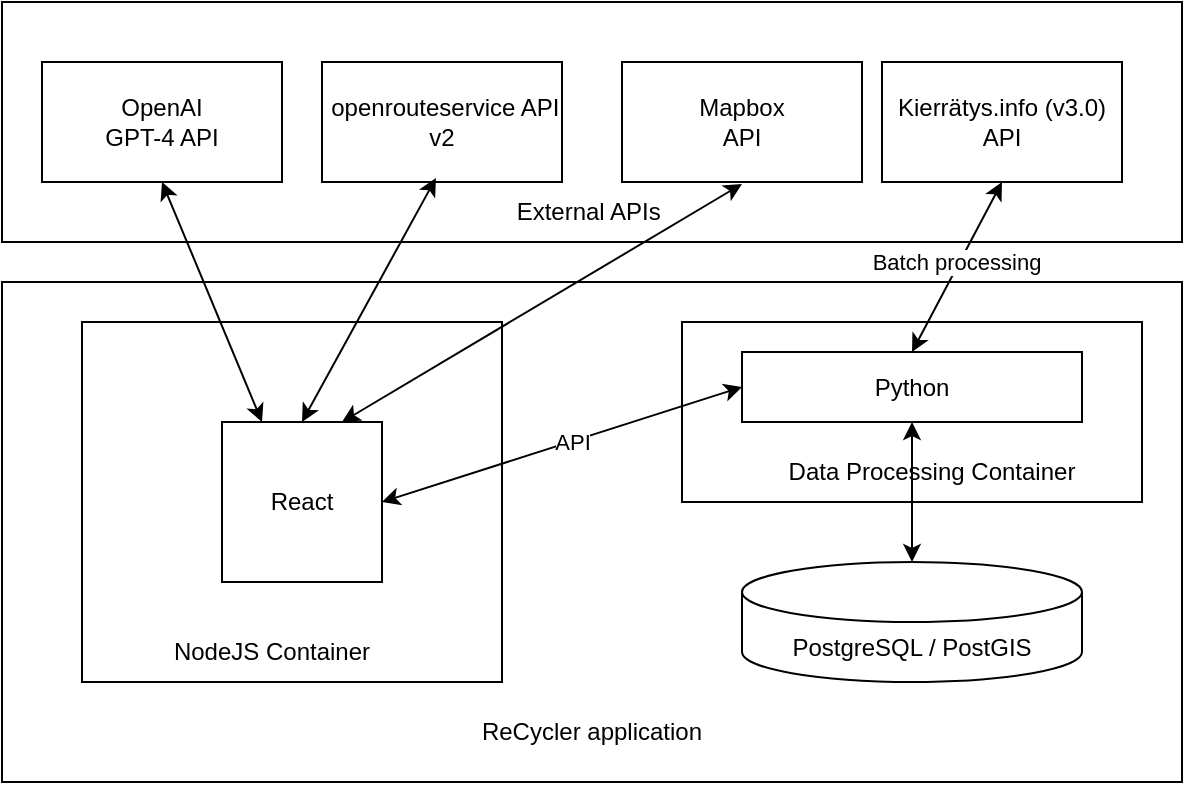
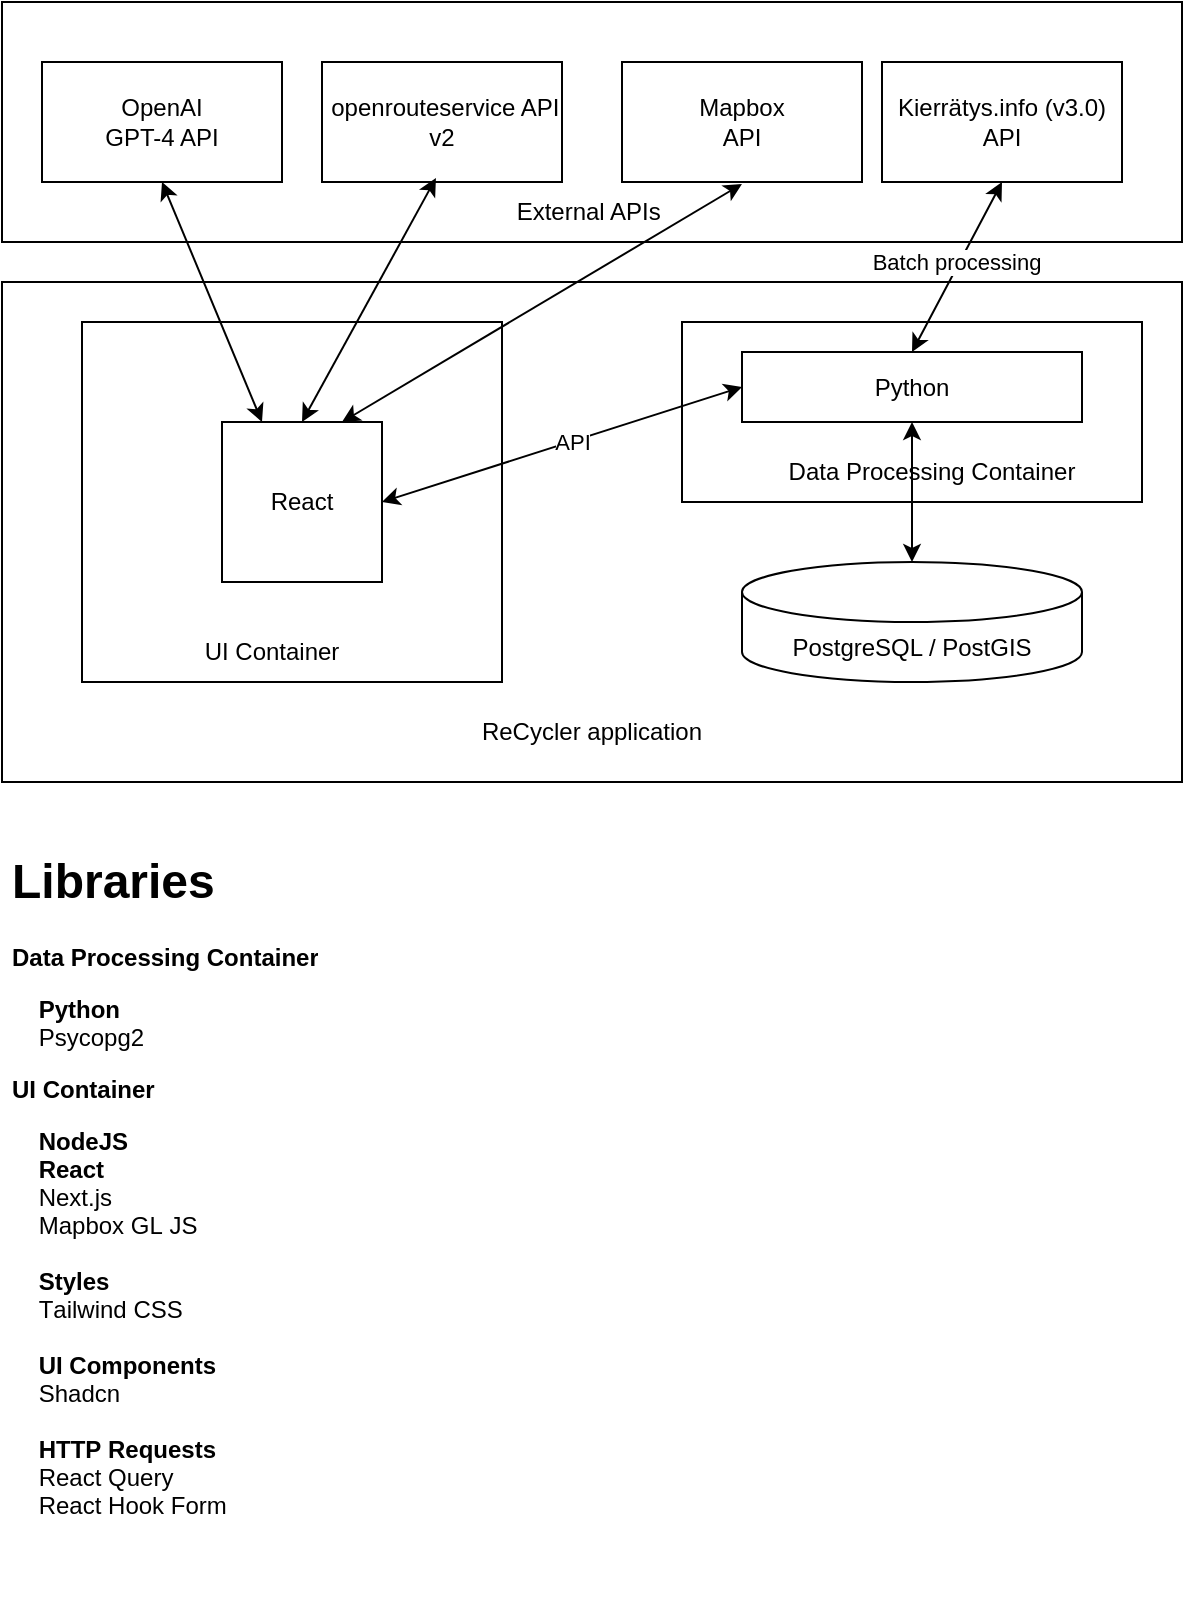
- <mxfile host="app.diagrams.net" modified="2023-12-21T11:55:36.063Z" agent="Mozilla/5.0 (Macintosh; Intel Mac OS X 10_15_7) AppleWebKit/605.1.15 (KHTML, like Gecko) Version/17.1 Safari/605.1.15" etag="dXdIBTpQNftj17Xb44q2" version="22.1.11" type="github">
+ <mxfile host="app.diagrams.net" modified="2024-01-02T09:52:56.962Z" agent="Mozilla/5.0 (Macintosh; Intel Mac OS X 10_15_7) AppleWebKit/605.1.15 (KHTML, like Gecko) Version/17.1 Safari/605.1.15" etag="1iCE89DZ1D-8ZxHBk8d4" version="22.1.16" type="github">
  <diagram name="High-level architecture" id="9zcz33UXx225ZlQHVHOC">
-     <mxGraphModel dx="930" dy="611" grid="1" gridSize="10" guides="1" tooltips="1" connect="1" arrows="1" fold="1" page="1" pageScale="1" pageWidth="827" pageHeight="1169" math="0" shadow="0">
+     <mxGraphModel dx="1930" dy="1019" grid="1" gridSize="10" guides="1" tooltips="1" connect="1" arrows="1" fold="1" page="1" pageScale="1" pageWidth="827" pageHeight="1169" math="0" shadow="0">
      <root>
        <mxCell id="0" />
        <mxCell id="1" parent="0" />
-         <mxCell id="fm4_85k55z0bOuFMnIiU-6" value="" style="rounded=0;whiteSpace=wrap;html=1;align=center;" vertex="1" parent="1">
+         <mxCell id="fm4_85k55z0bOuFMnIiU-6" value="" style="rounded=0;whiteSpace=wrap;html=1;align=center;" parent="1" vertex="1">
          <mxGeometry x="130" y="260" width="590" height="250" as="geometry" />
        </mxCell>
-         <mxCell id="fm4_85k55z0bOuFMnIiU-30" value="" style="rounded=0;whiteSpace=wrap;html=1;" vertex="1" parent="1">
+         <mxCell id="fm4_85k55z0bOuFMnIiU-30" value="" style="rounded=0;whiteSpace=wrap;html=1;" parent="1" vertex="1">
          <mxGeometry x="470" y="280" width="230" height="90" as="geometry" />
        </mxCell>
-         <mxCell id="fm4_85k55z0bOuFMnIiU-1" value="" style="rounded=0;whiteSpace=wrap;html=1;align=center;" vertex="1" parent="1">
+         <mxCell id="fm4_85k55z0bOuFMnIiU-1" value="" style="rounded=0;whiteSpace=wrap;html=1;align=center;" parent="1" vertex="1">
          <mxGeometry x="130" y="120" width="590" height="120" as="geometry" />
        </mxCell>
-         <mxCell id="fm4_85k55z0bOuFMnIiU-2" value="OpenAI&lt;br&gt;GPT-4 API" style="rounded=0;whiteSpace=wrap;html=1;align=center;" vertex="1" parent="1">
+         <mxCell id="fm4_85k55z0bOuFMnIiU-2" value="OpenAI&lt;br&gt;GPT-4 API" style="rounded=0;whiteSpace=wrap;html=1;align=center;" parent="1" vertex="1">
          <mxGeometry x="150" y="150" width="120" height="60" as="geometry" />
        </mxCell>
-         <mxCell id="fm4_85k55z0bOuFMnIiU-3" value="&amp;nbsp;openrouteservice API v2" style="rounded=0;whiteSpace=wrap;html=1;align=center;" vertex="1" parent="1">
+         <mxCell id="fm4_85k55z0bOuFMnIiU-3" value="&amp;nbsp;openrouteservice API v2" style="rounded=0;whiteSpace=wrap;html=1;align=center;" parent="1" vertex="1">
          <mxGeometry x="290" y="150" width="120" height="60" as="geometry" />
        </mxCell>
-         <mxCell id="fm4_85k55z0bOuFMnIiU-4" value="Kierrätys.info (v3.0) API" style="rounded=0;whiteSpace=wrap;html=1;align=center;" vertex="1" parent="1">
+         <mxCell id="fm4_85k55z0bOuFMnIiU-4" value="Kierrätys.info (v3.0) API" style="rounded=0;whiteSpace=wrap;html=1;align=center;" parent="1" vertex="1">
          <mxGeometry x="570" y="150" width="120" height="60" as="geometry" />
        </mxCell>
-         <mxCell id="fm4_85k55z0bOuFMnIiU-5" value="Mapbox&lt;br&gt;API" style="rounded=0;whiteSpace=wrap;html=1;align=center;" vertex="1" parent="1">
+         <mxCell id="fm4_85k55z0bOuFMnIiU-5" value="Mapbox&lt;br&gt;API" style="rounded=0;whiteSpace=wrap;html=1;align=center;" parent="1" vertex="1">
          <mxGeometry x="440" y="150" width="120" height="60" as="geometry" />
        </mxCell>
-         <mxCell id="fm4_85k55z0bOuFMnIiU-7" value="External APIs&amp;nbsp;" style="text;html=1;strokeColor=none;fillColor=none;align=center;verticalAlign=middle;whiteSpace=wrap;rounded=0;" vertex="1" parent="1">
+         <mxCell id="fm4_85k55z0bOuFMnIiU-7" value="External APIs&amp;nbsp;" style="text;html=1;strokeColor=none;fillColor=none;align=center;verticalAlign=middle;whiteSpace=wrap;rounded=0;" parent="1" vertex="1">
          <mxGeometry x="340" y="210" width="170" height="30" as="geometry" />
        </mxCell>
-         <mxCell id="fm4_85k55z0bOuFMnIiU-8" value="ReCycler application" style="text;html=1;strokeColor=none;fillColor=none;align=center;verticalAlign=middle;whiteSpace=wrap;rounded=0;" vertex="1" parent="1">
+         <mxCell id="fm4_85k55z0bOuFMnIiU-8" value="ReCycler application" style="text;html=1;strokeColor=none;fillColor=none;align=center;verticalAlign=middle;whiteSpace=wrap;rounded=0;" parent="1" vertex="1">
          <mxGeometry x="340" y="470" width="170" height="30" as="geometry" />
        </mxCell>
-         <mxCell id="fm4_85k55z0bOuFMnIiU-13" value="" style="rounded=0;whiteSpace=wrap;html=1;align=center;" vertex="1" parent="1">
+         <mxCell id="fm4_85k55z0bOuFMnIiU-13" value="" style="rounded=0;whiteSpace=wrap;html=1;align=center;" parent="1" vertex="1">
          <mxGeometry x="170" y="280" width="210" height="180" as="geometry" />
        </mxCell>
-         <mxCell id="fm4_85k55z0bOuFMnIiU-9" value="PostgreSQL / PostGIS" style="shape=cylinder3;whiteSpace=wrap;html=1;boundedLbl=1;backgroundOutline=1;size=15;align=center;" vertex="1" parent="1">
+         <mxCell id="fm4_85k55z0bOuFMnIiU-9" value="PostgreSQL / PostGIS" style="shape=cylinder3;whiteSpace=wrap;html=1;boundedLbl=1;backgroundOutline=1;size=15;align=center;" parent="1" vertex="1">
          <mxGeometry x="500" y="400" width="170" height="60" as="geometry" />
        </mxCell>
-         <mxCell id="fm4_85k55z0bOuFMnIiU-11" value="React" style="whiteSpace=wrap;html=1;aspect=fixed;align=center;" vertex="1" parent="1">
+         <mxCell id="fm4_85k55z0bOuFMnIiU-11" value="React" style="whiteSpace=wrap;html=1;aspect=fixed;align=center;" parent="1" vertex="1">
          <mxGeometry x="240" y="330" width="80" height="80" as="geometry" />
        </mxCell>
-         <mxCell id="fm4_85k55z0bOuFMnIiU-14" value="Python" style="rounded=0;whiteSpace=wrap;html=1;align=center;" vertex="1" parent="1">
+         <mxCell id="fm4_85k55z0bOuFMnIiU-14" value="Python" style="rounded=0;whiteSpace=wrap;html=1;align=center;" parent="1" vertex="1">
          <mxGeometry x="500" y="295" width="170" height="35" as="geometry" />
        </mxCell>
-         <mxCell id="fm4_85k55z0bOuFMnIiU-16" value="" style="endArrow=classic;startArrow=classic;html=1;rounded=0;entryX=0.5;entryY=1;entryDx=0;entryDy=0;exitX=0.25;exitY=0;exitDx=0;exitDy=0;align=center;" edge="1" parent="1" source="fm4_85k55z0bOuFMnIiU-11" target="fm4_85k55z0bOuFMnIiU-2">
+         <mxCell id="fm4_85k55z0bOuFMnIiU-16" value="" style="endArrow=classic;startArrow=classic;html=1;rounded=0;entryX=0.5;entryY=1;entryDx=0;entryDy=0;exitX=0.25;exitY=0;exitDx=0;exitDy=0;align=center;" parent="1" source="fm4_85k55z0bOuFMnIiU-11" target="fm4_85k55z0bOuFMnIiU-2" edge="1">
          <mxGeometry width="50" height="50" relative="1" as="geometry">
            <mxPoint x="390" y="420" as="sourcePoint" />
            <mxPoint x="440" y="370" as="targetPoint" />
          </mxGeometry>
        </mxCell>
-         <mxCell id="fm4_85k55z0bOuFMnIiU-17" value="" style="endArrow=classic;startArrow=classic;html=1;rounded=0;entryX=0.041;entryY=-0.067;entryDx=0;entryDy=0;exitX=0.5;exitY=0;exitDx=0;exitDy=0;entryPerimeter=0;align=center;" edge="1" parent="1" source="fm4_85k55z0bOuFMnIiU-11" target="fm4_85k55z0bOuFMnIiU-7">
+         <mxCell id="fm4_85k55z0bOuFMnIiU-17" value="" style="endArrow=classic;startArrow=classic;html=1;rounded=0;entryX=0.041;entryY=-0.067;entryDx=0;entryDy=0;exitX=0.5;exitY=0;exitDx=0;exitDy=0;entryPerimeter=0;align=center;" parent="1" source="fm4_85k55z0bOuFMnIiU-11" target="fm4_85k55z0bOuFMnIiU-7" edge="1">
          <mxGeometry width="50" height="50" relative="1" as="geometry">
            <mxPoint x="390" y="420" as="sourcePoint" />
            <mxPoint x="440" y="370" as="targetPoint" />
          </mxGeometry>
        </mxCell>
-         <mxCell id="fm4_85k55z0bOuFMnIiU-18" value="" style="endArrow=classic;startArrow=classic;html=1;rounded=0;entryX=0.941;entryY=0.033;entryDx=0;entryDy=0;entryPerimeter=0;exitX=0.75;exitY=0;exitDx=0;exitDy=0;align=center;" edge="1" parent="1" source="fm4_85k55z0bOuFMnIiU-11" target="fm4_85k55z0bOuFMnIiU-7">
+         <mxCell id="fm4_85k55z0bOuFMnIiU-18" value="" style="endArrow=classic;startArrow=classic;html=1;rounded=0;entryX=0.941;entryY=0.033;entryDx=0;entryDy=0;entryPerimeter=0;exitX=0.75;exitY=0;exitDx=0;exitDy=0;align=center;" parent="1" source="fm4_85k55z0bOuFMnIiU-11" target="fm4_85k55z0bOuFMnIiU-7" edge="1">
          <mxGeometry width="50" height="50" relative="1" as="geometry">
            <mxPoint x="350" y="350" as="sourcePoint" />
            <mxPoint x="440" y="370" as="targetPoint" />
          </mxGeometry>
        </mxCell>
-         <mxCell id="fm4_85k55z0bOuFMnIiU-21" value="" style="endArrow=classic;startArrow=classic;html=1;rounded=0;entryX=0.5;entryY=1;entryDx=0;entryDy=0;exitX=0.5;exitY=0;exitDx=0;exitDy=0;align=center;" edge="1" parent="1" source="fm4_85k55z0bOuFMnIiU-14" target="fm4_85k55z0bOuFMnIiU-4">
+         <mxCell id="fm4_85k55z0bOuFMnIiU-21" value="" style="endArrow=classic;startArrow=classic;html=1;rounded=0;entryX=0.5;entryY=1;entryDx=0;entryDy=0;exitX=0.5;exitY=0;exitDx=0;exitDy=0;align=center;" parent="1" source="fm4_85k55z0bOuFMnIiU-14" target="fm4_85k55z0bOuFMnIiU-4" edge="1">
          <mxGeometry width="50" height="50" relative="1" as="geometry">
            <mxPoint x="400" y="360" as="sourcePoint" />
            <mxPoint x="450" y="310" as="targetPoint" />
          </mxGeometry>
        </mxCell>
-         <mxCell id="fm4_85k55z0bOuFMnIiU-34" value="Batch processing" style="edgeLabel;html=1;align=center;verticalAlign=middle;resizable=0;points=[];" vertex="1" connectable="0" parent="fm4_85k55z0bOuFMnIiU-21">
+         <mxCell id="fm4_85k55z0bOuFMnIiU-34" value="Batch processing" style="edgeLabel;html=1;align=center;verticalAlign=middle;resizable=0;points=[];" parent="fm4_85k55z0bOuFMnIiU-21" vertex="1" connectable="0">
          <mxGeometry x="-0.0141" relative="1" as="geometry">
            <mxPoint y="-3" as="offset" />
          </mxGeometry>
        </mxCell>
-         <mxCell id="fm4_85k55z0bOuFMnIiU-22" value="" style="endArrow=classic;startArrow=classic;html=1;rounded=0;entryX=0.5;entryY=1;entryDx=0;entryDy=0;exitX=0.5;exitY=0;exitDx=0;exitDy=0;exitPerimeter=0;align=center;" edge="1" parent="1" source="fm4_85k55z0bOuFMnIiU-9" target="fm4_85k55z0bOuFMnIiU-14">
+         <mxCell id="fm4_85k55z0bOuFMnIiU-22" value="" style="endArrow=classic;startArrow=classic;html=1;rounded=0;entryX=0.5;entryY=1;entryDx=0;entryDy=0;exitX=0.5;exitY=0;exitDx=0;exitDy=0;exitPerimeter=0;align=center;" parent="1" source="fm4_85k55z0bOuFMnIiU-9" target="fm4_85k55z0bOuFMnIiU-14" edge="1">
          <mxGeometry width="50" height="50" relative="1" as="geometry">
            <mxPoint x="400" y="350" as="sourcePoint" />
            <mxPoint x="450" y="300" as="targetPoint" />
          </mxGeometry>
        </mxCell>
-         <mxCell id="fm4_85k55z0bOuFMnIiU-24" value="NodeJS Container" style="text;html=1;strokeColor=none;fillColor=none;align=center;verticalAlign=middle;whiteSpace=wrap;rounded=0;" vertex="1" parent="1">
+         <mxCell id="fm4_85k55z0bOuFMnIiU-24" value="UI Container" style="text;html=1;strokeColor=none;fillColor=none;align=center;verticalAlign=middle;whiteSpace=wrap;rounded=0;" parent="1" vertex="1">
          <mxGeometry x="180" y="430" width="170" height="30" as="geometry" />
        </mxCell>
-         <mxCell id="fm4_85k55z0bOuFMnIiU-25" value="" style="endArrow=classic;startArrow=classic;html=1;rounded=0;exitX=1;exitY=0.5;exitDx=0;exitDy=0;entryX=0;entryY=0.5;entryDx=0;entryDy=0;" edge="1" parent="1" source="fm4_85k55z0bOuFMnIiU-11" target="fm4_85k55z0bOuFMnIiU-14">
+         <mxCell id="fm4_85k55z0bOuFMnIiU-25" value="" style="endArrow=classic;startArrow=classic;html=1;rounded=0;exitX=1;exitY=0.5;exitDx=0;exitDy=0;entryX=0;entryY=0.5;entryDx=0;entryDy=0;" parent="1" source="fm4_85k55z0bOuFMnIiU-11" target="fm4_85k55z0bOuFMnIiU-14" edge="1">
          <mxGeometry width="50" height="50" relative="1" as="geometry">
            <mxPoint x="400" y="350" as="sourcePoint" />
            <mxPoint x="450" y="300" as="targetPoint" />
          </mxGeometry>
        </mxCell>
-         <mxCell id="fm4_85k55z0bOuFMnIiU-33" value="API" style="edgeLabel;html=1;align=center;verticalAlign=middle;resizable=0;points=[];" vertex="1" connectable="0" parent="fm4_85k55z0bOuFMnIiU-25">
+         <mxCell id="fm4_85k55z0bOuFMnIiU-33" value="API" style="edgeLabel;html=1;align=center;verticalAlign=middle;resizable=0;points=[];" parent="fm4_85k55z0bOuFMnIiU-25" vertex="1" connectable="0">
          <mxGeometry x="0.0544" relative="1" as="geometry">
            <mxPoint as="offset" />
          </mxGeometry>
        </mxCell>
-         <mxCell id="fm4_85k55z0bOuFMnIiU-31" value="Data Processing Container" style="text;html=1;strokeColor=none;fillColor=none;align=center;verticalAlign=middle;whiteSpace=wrap;rounded=0;" vertex="1" parent="1">
+         <mxCell id="fm4_85k55z0bOuFMnIiU-31" value="Data Processing Container" style="text;html=1;strokeColor=none;fillColor=none;align=center;verticalAlign=middle;whiteSpace=wrap;rounded=0;" parent="1" vertex="1">
          <mxGeometry x="510" y="340" width="170" height="30" as="geometry" />
+         </mxCell>
+         <mxCell id="CHO3YG6BR_KFlLe8QAzr-1" value="&lt;h1&gt;Libraries&lt;/h1&gt;&lt;p style=&quot;margin: 0px 0px 12px; font-style: normal; font-variant-caps: normal; font-stretch: normal; line-height: normal; font-size-adjust: none; font-kerning: auto; font-variant-alternates: normal; font-variant-ligatures: normal; font-variant-numeric: normal; font-variant-east-asian: normal; font-variant-position: normal; font-feature-settings: normal; font-optical-sizing: auto; font-variation-settings: normal;&quot;&gt;&lt;b&gt;Data Processing Container&lt;/b&gt;&lt;/p&gt;&lt;b style=&quot;border-color: var(--border-color);&quot;&gt;&amp;nbsp; &amp;nbsp; Python&lt;/b&gt;&lt;br&gt;&lt;p style=&quot;margin: 0px 0px 12px; font-style: normal; font-variant-caps: normal; font-stretch: normal; line-height: normal; font-size-adjust: none; font-kerning: auto; font-variant-alternates: normal; font-variant-ligatures: normal; font-variant-numeric: normal; font-variant-east-asian: normal; font-variant-position: normal; font-feature-settings: normal; font-optical-sizing: auto; font-variation-settings: normal;&quot;&gt;&lt;span style=&quot;border-color: var(--border-color);&quot;&gt;&amp;nbsp; &amp;nbsp; Psycopg2&lt;/span&gt;&lt;/p&gt;&lt;p style=&quot;margin: 0px 0px 12px; font-style: normal; font-variant-caps: normal; font-stretch: normal; line-height: normal; font-size-adjust: none; font-kerning: auto; font-variant-alternates: normal; font-variant-ligatures: normal; font-variant-numeric: normal; font-variant-east-asian: normal; font-variant-position: normal; font-feature-settings: normal; font-optical-sizing: auto; font-variation-settings: normal;&quot;&gt;&lt;b&gt;UI Container&lt;/b&gt;&lt;/p&gt;&lt;p style=&quot;margin: 0px; font-style: normal; font-variant-caps: normal; font-stretch: normal; line-height: normal; font-size-adjust: none; font-kerning: auto; font-variant-alternates: normal; font-variant-ligatures: normal; font-variant-numeric: normal; font-variant-east-asian: normal; font-variant-position: normal; font-feature-settings: normal; font-optical-sizing: auto; font-variation-settings: normal;&quot;&gt;&lt;span style=&quot;font-kerning: none&quot;&gt;&lt;b&gt;&lt;span style=&quot;&quot;&gt;&amp;nbsp;&amp;nbsp;&amp;nbsp;&amp;nbsp;&lt;/span&gt;NodeJS&lt;/b&gt;&lt;/span&gt;&lt;/p&gt;&lt;p style=&quot;margin: 0px; font-style: normal; font-variant-caps: normal; font-stretch: normal; line-height: normal; font-size-adjust: none; font-kerning: auto; font-variant-alternates: normal; font-variant-ligatures: normal; font-variant-numeric: normal; font-variant-east-asian: normal; font-variant-position: normal; font-feature-settings: normal; font-optical-sizing: auto; font-variation-settings: normal;&quot;&gt;&lt;span style=&quot;font-kerning: none;&quot;&gt;&lt;b&gt;&lt;span style=&quot;&quot;&gt;&amp;nbsp;&amp;nbsp;&amp;nbsp;&amp;nbsp;&lt;/span&gt;React&lt;/b&gt;&lt;/span&gt;&lt;/p&gt;&lt;p style=&quot;margin: 0px; font-style: normal; font-variant-caps: normal; font-stretch: normal; line-height: normal; font-size-adjust: none; font-kerning: auto; font-variant-alternates: normal; font-variant-ligatures: normal; font-variant-numeric: normal; font-variant-east-asian: normal; font-variant-position: normal; font-feature-settings: normal; font-optical-sizing: auto; font-variation-settings: normal;&quot;&gt;&lt;span style=&quot;font-kerning: none&quot;&gt;&lt;span style=&quot;&quot;&gt;&amp;nbsp;&amp;nbsp;&amp;nbsp;&amp;nbsp;&lt;/span&gt;Next.js&lt;/span&gt;&lt;/p&gt;&lt;p style=&quot;margin: 0px; font-style: normal; font-variant-caps: normal; font-stretch: normal; line-height: normal; font-size-adjust: none; font-kerning: auto; font-variant-alternates: normal; font-variant-ligatures: normal; font-variant-numeric: normal; font-variant-east-asian: normal; font-variant-position: normal; font-feature-settings: normal; font-optical-sizing: auto; font-variation-settings: normal;&quot;&gt;&lt;span style=&quot;font-kerning: none;&quot;&gt;&lt;span style=&quot;&quot;&gt;&amp;nbsp;&amp;nbsp;&amp;nbsp;&amp;nbsp;&lt;/span&gt;Mapbox GL JS&lt;/span&gt;&lt;/p&gt;&lt;p style=&quot;margin: 0px; font-style: normal; font-variant-caps: normal; font-stretch: normal; line-height: normal; font-size-adjust: none; font-kerning: auto; font-variant-alternates: normal; font-variant-ligatures: normal; font-variant-numeric: normal; font-variant-east-asian: normal; font-variant-position: normal; font-feature-settings: normal; font-optical-sizing: auto; font-variation-settings: normal; min-height: 14px;&quot;&gt;&lt;span style=&quot;font-kerning: none&quot;&gt;&lt;/span&gt;&lt;br&gt;&lt;/p&gt;&lt;p style=&quot;margin: 0px; font-style: normal; font-variant-caps: normal; font-stretch: normal; line-height: normal; font-size-adjust: none; font-kerning: auto; font-variant-alternates: normal; font-variant-ligatures: normal; font-variant-numeric: normal; font-variant-east-asian: normal; font-variant-position: normal; font-feature-settings: normal; font-optical-sizing: auto; font-variation-settings: normal;&quot;&gt;&lt;span style=&quot;font-kerning: none;&quot;&gt;&lt;b&gt;&lt;span style=&quot;&quot;&gt;&amp;nbsp;&amp;nbsp;&amp;nbsp;&amp;nbsp;&lt;/span&gt;Styles&lt;/b&gt;&lt;/span&gt;&lt;/p&gt;&lt;p style=&quot;margin: 0px; font-style: normal; font-variant-caps: normal; font-stretch: normal; line-height: normal; font-size-adjust: none; font-kerning: auto; font-variant-alternates: normal; font-variant-ligatures: normal; font-variant-numeric: normal; font-variant-east-asian: normal; font-variant-position: normal; font-feature-settings: normal; font-optical-sizing: auto; font-variation-settings: normal;&quot;&gt;&lt;span style=&quot;font-kerning: none&quot;&gt;&lt;span style=&quot;&quot;&gt;&amp;nbsp;&amp;nbsp;&amp;nbsp;&amp;nbsp;&lt;/span&gt;Tailwind CSS&lt;/span&gt;&lt;/p&gt;&lt;p style=&quot;margin: 0px; font-style: normal; font-variant-caps: normal; font-stretch: normal; line-height: normal; font-size-adjust: none; font-kerning: auto; font-variant-alternates: normal; font-variant-ligatures: normal; font-variant-numeric: normal; font-variant-east-asian: normal; font-variant-position: normal; font-feature-settings: normal; font-optical-sizing: auto; font-variation-settings: normal; min-height: 14px;&quot;&gt;&lt;span style=&quot;font-kerning: none&quot;&gt;&lt;/span&gt;&lt;br&gt;&lt;/p&gt;&lt;p style=&quot;margin: 0px; font-style: normal; font-variant-caps: normal; font-stretch: normal; line-height: normal; font-size-adjust: none; font-kerning: auto; font-variant-alternates: normal; font-variant-ligatures: normal; font-variant-numeric: normal; font-variant-east-asian: normal; font-variant-position: normal; font-feature-settings: normal; font-optical-sizing: auto; font-variation-settings: normal;&quot;&gt;&lt;span style=&quot;font-kerning: none;&quot;&gt;&lt;b&gt;&lt;span style=&quot;&quot;&gt;&amp;nbsp;&amp;nbsp;&amp;nbsp;&amp;nbsp;&lt;/span&gt;UI Components&lt;/b&gt;&lt;/span&gt;&lt;/p&gt;&lt;p style=&quot;margin: 0px; font-style: normal; font-variant-caps: normal; font-stretch: normal; line-height: normal; font-size-adjust: none; font-kerning: auto; font-variant-alternates: normal; font-variant-ligatures: normal; font-variant-numeric: normal; font-variant-east-asian: normal; font-variant-position: normal; font-feature-settings: normal; font-optical-sizing: auto; font-variation-settings: normal;&quot;&gt;&lt;span style=&quot;font-kerning: none;&quot;&gt;&lt;span style=&quot;&quot;&gt;&amp;nbsp;&amp;nbsp;&amp;nbsp;&amp;nbsp;&lt;/span&gt;Shadcn&lt;/span&gt;&lt;/p&gt;&lt;p style=&quot;margin: 0px; font-style: normal; font-variant-caps: normal; font-stretch: normal; line-height: normal; font-size-adjust: none; font-kerning: auto; font-variant-alternates: normal; font-variant-ligatures: normal; font-variant-numeric: normal; font-variant-east-asian: normal; font-variant-position: normal; font-feature-settings: normal; font-optical-sizing: auto; font-variation-settings: normal; min-height: 14px;&quot;&gt;&lt;span style=&quot;font-kerning: none&quot;&gt;&lt;/span&gt;&lt;br&gt;&lt;/p&gt;&lt;p style=&quot;margin: 0px; font-style: normal; font-variant-caps: normal; font-stretch: normal; line-height: normal; font-size-adjust: none; font-kerning: auto; font-variant-alternates: normal; font-variant-ligatures: normal; font-variant-numeric: normal; font-variant-east-asian: normal; font-variant-position: normal; font-feature-settings: normal; font-optical-sizing: auto; font-variation-settings: normal;&quot;&gt;&lt;span style=&quot;font-kerning: none;&quot;&gt;&lt;b&gt;&lt;span style=&quot;&quot;&gt;&amp;nbsp;&amp;nbsp;&amp;nbsp;&amp;nbsp;&lt;/span&gt;HTTP Requests&lt;/b&gt;&lt;/span&gt;&lt;/p&gt;&lt;p style=&quot;margin: 0px; font-style: normal; font-variant-caps: normal; font-stretch: normal; line-height: normal; font-size-adjust: none; font-kerning: auto; font-variant-alternates: normal; font-variant-ligatures: normal; font-variant-numeric: normal; font-variant-east-asian: normal; font-variant-position: normal; font-feature-settings: normal; font-optical-sizing: auto; font-variation-settings: normal;&quot;&gt;&lt;span style=&quot;font-kerning: none;&quot;&gt;&lt;span style=&quot;&quot;&gt;&amp;nbsp;&amp;nbsp;&amp;nbsp;&amp;nbsp;&lt;/span&gt;React Query&lt;/span&gt;&lt;/p&gt;&lt;p style=&quot;margin: 0px; font-style: normal; font-variant-caps: normal; font-stretch: normal; line-height: normal; font-size-adjust: none; font-kerning: auto; font-variant-alternates: normal; font-variant-ligatures: normal; font-variant-numeric: normal; font-variant-east-asian: normal; font-variant-position: normal; font-feature-settings: normal; font-optical-sizing: auto; font-variation-settings: normal;&quot;&gt;&lt;span style=&quot;font-kerning: none&quot;&gt;&lt;span style=&quot;&quot;&gt;&amp;nbsp;&amp;nbsp;&amp;nbsp;&amp;nbsp;&lt;/span&gt;&lt;/span&gt;&lt;span style=&quot;font-kerning: none;&quot;&gt;React Hook Form&lt;/span&gt;&lt;/p&gt;" style="text;html=1;strokeColor=none;fillColor=none;spacing=5;spacingTop=-20;whiteSpace=wrap;overflow=hidden;rounded=0;" vertex="1" parent="1">
+           <mxGeometry x="130" y="540" width="590" height="380" as="geometry" />
        </mxCell>
      </root>
    </mxGraphModel>
  </diagram>
</mxfile>
